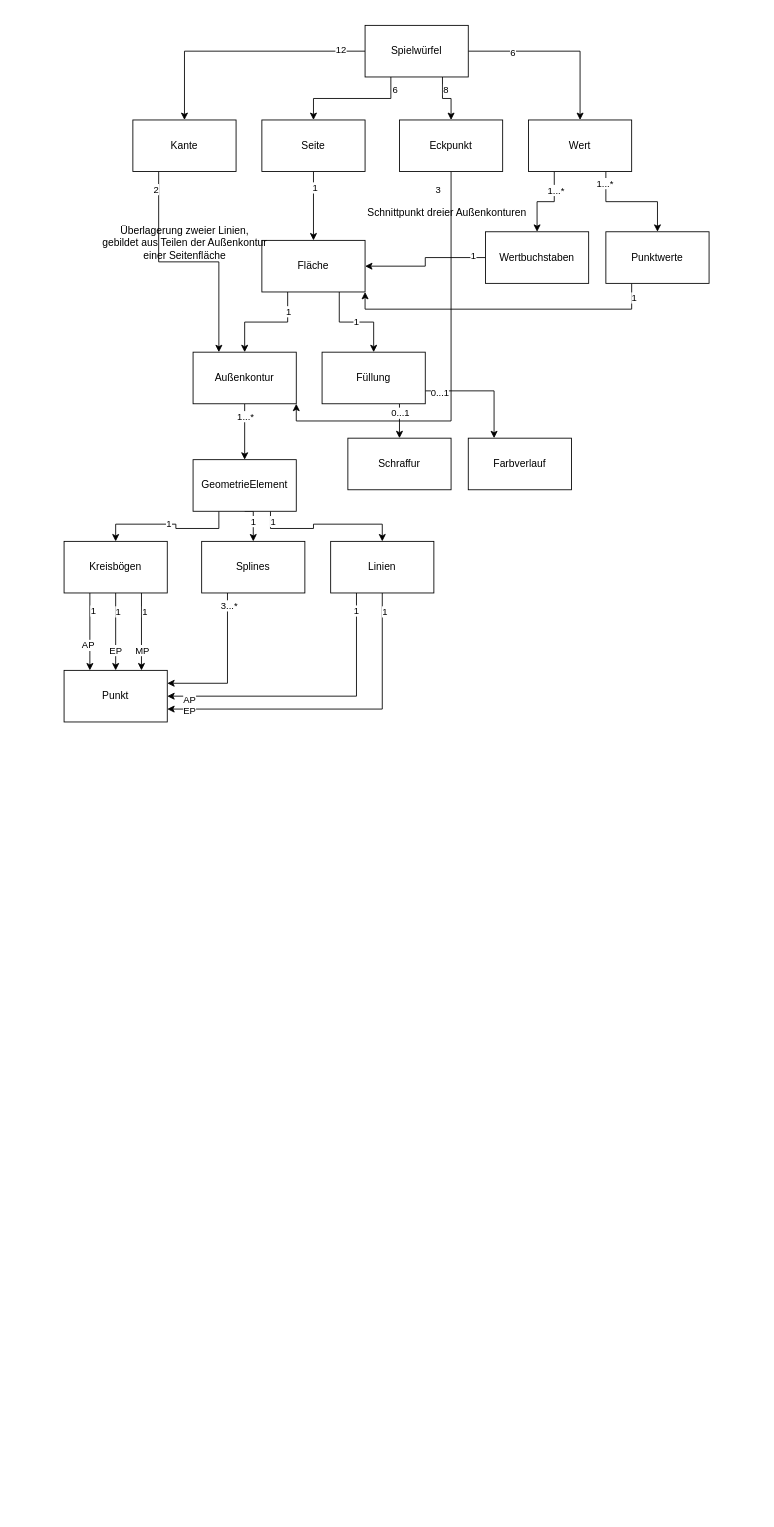
Above: files/Software Engineering/aufgaben/Spielwürfel.drawio in Fabiann2205/DHBW-Semester3 (draw.io), before the change. Source tidied: cells renumbered, new cells numbered last; positions are measured from the earlier drawing's top-left corner, leaving out a move shared by most shapes. Both pictures are drawn from the tidied source at 86%, with x=0, y=0 at pixel (64, 25).
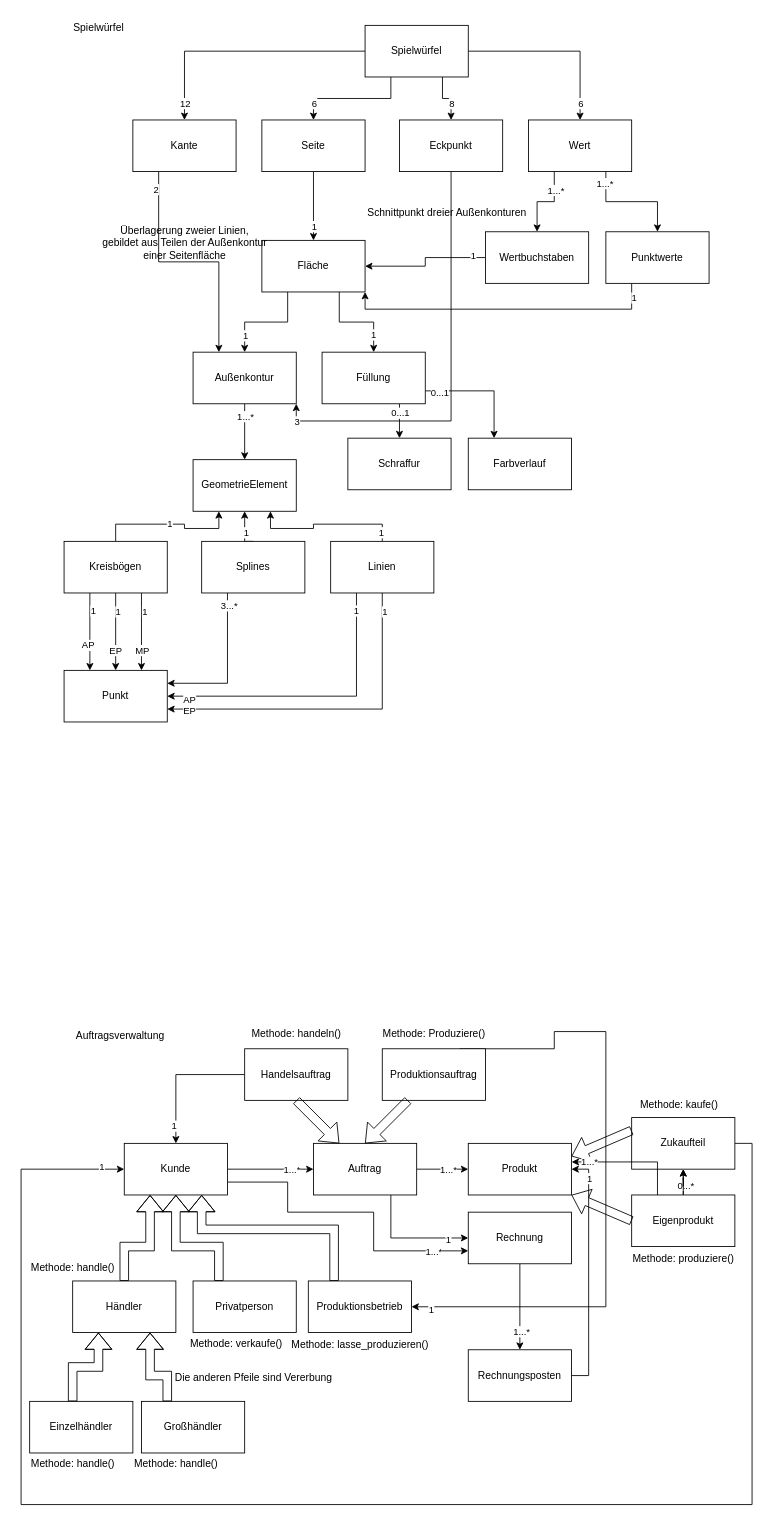
The same diagram, later.

The change refers to these unchanged cells:
```xml
<mxCell id="7" style="edgeStyle=orthogonalEdgeStyle;rounded=0;jettySize=auto;html=1;exitX=0.5;exitY=1;exitDx=0;exitDy=0;entryX=1;entryY=1;entryDx=0;entryDy=0;" parent="1" edge="1" source="9" target="22">
  <mxGeometry relative="1" as="geometry" />
</mxCell>
<mxCell id="10" style="edgeStyle=orthogonalEdgeStyle;rounded=0;jettySize=auto;html=1;exitX=0.5;exitY=1;exitDx=0;exitDy=0;entryX=0.5;entryY=0;entryDx=0;entryDy=0;" parent="1" edge="1" source="12" target="19">
  <mxGeometry relative="1" as="geometry" />
</mxCell>
<mxCell id="16" style="edgeStyle=orthogonalEdgeStyle;rounded=0;jettySize=auto;html=1;exitX=0.25;exitY=1;exitDx=0;exitDy=0;entryX=0.5;entryY=0;entryDx=0;entryDy=0;" parent="1" edge="1" source="19" target="22">
  <mxGeometry relative="1" as="geometry" />
</mxCell>
<mxCell id="19" value="Fläche" style="rounded=0;whiteSpace=wrap;html=1;" parent="1" vertex="1">
  <mxGeometry x="230" y="250" width="120" height="60" as="geometry" />
</mxCell>
<mxCell id="28" value="GeometrieElement" style="rounded=0;whiteSpace=wrap;html=1;" parent="1" vertex="1">
  <mxGeometry x="150" y="505" width="120" height="60" as="geometry" />
</mxCell>
<mxCell id="33" value="Füllung" style="rounded=0;whiteSpace=wrap;html=1;" parent="1" vertex="1">
  <mxGeometry x="300" y="380" width="120" height="60" as="geometry" />
</mxCell>
<mxCell id="34" style="edgeStyle=orthogonalEdgeStyle;rounded=0;jettySize=auto;html=1;exitX=0;exitY=0.5;exitDx=0;exitDy=0;entryX=0.5;entryY=0;entryDx=0;entryDy=0;" parent="1" edge="1" source="42" target="15">
  <mxGeometry relative="1" as="geometry" />
</mxCell>
<mxCell id="36" style="edgeStyle=orthogonalEdgeStyle;rounded=0;jettySize=auto;html=1;exitX=0.25;exitY=1;exitDx=0;exitDy=0;entryX=0.5;entryY=0;entryDx=0;entryDy=0;" parent="1" edge="1" source="42" target="12">
  <mxGeometry relative="1" as="geometry" />
</mxCell>
<mxCell id="38" style="edgeStyle=orthogonalEdgeStyle;rounded=0;jettySize=auto;html=1;exitX=0.75;exitY=1;exitDx=0;exitDy=0;entryX=0.5;entryY=0;entryDx=0;entryDy=0;" parent="1" edge="1" source="42" target="9">
  <mxGeometry relative="1" as="geometry" />
</mxCell>
<mxCell id="40" style="edgeStyle=orthogonalEdgeStyle;rounded=0;jettySize=auto;html=1;exitX=1;exitY=0.5;exitDx=0;exitDy=0;" parent="1" edge="1" source="42" target="6">
  <mxGeometry relative="1" as="geometry" />
</mxCell>
<mxCell id="52" value="Kreisbögen" style="rounded=0;whiteSpace=wrap;html=1;" parent="1" vertex="1">
  <mxGeometry y="600" width="120" height="60" as="geometry" />
</mxCell>
<mxCell id="55" value="Splines" style="rounded=0;whiteSpace=wrap;html=1;" parent="1" vertex="1">
  <mxGeometry x="160" y="600" width="120" height="60" as="geometry" />
</mxCell>
<mxCell id="62" value="Linien" style="rounded=0;whiteSpace=wrap;html=1;" parent="1" vertex="1">
  <mxGeometry x="310" y="600" width="120" height="60" as="geometry" />
</mxCell>
```

The edit, as a diff of the source:
```diff
@@
     <mxCell id="8" value="3" style="edgeLabel;html=1;align=center;verticalAlign=middle;" parent="7" vertex="1">
       <mxGeometry x="-0.94" y="-1" relative="1" as="geometry">
-        <mxPoint x="-15" y="5" as="offset" />
+        <mxPoint x="-179" y="275" as="offset" />
       </mxGeometry>
     </mxCell>
@@
     <mxCell id="11" value="1" style="edgeLabel;html=1;align=center;verticalAlign=middle;" parent="10" vertex="1">
-      <mxGeometry x="-0.56" y="1" relative="1" as="geometry" />
+      <mxGeometry x="-0.56" y="1" relative="1" as="geometry">
+        <mxPoint x="-1" y="45" as="offset" />
+      </mxGeometry>
     </mxCell>
@@
     <mxCell id="17" value="1" style="edgeLabel;html=1;align=center;verticalAlign=middle;" parent="16" vertex="1">
-      <mxGeometry x="-0.63" relative="1" as="geometry" />
+      <mxGeometry x="-0.63" relative="1" as="geometry">
+        <mxPoint x="-50" y="28" as="offset" />
+      </mxGeometry>
     </mxCell>
     <mxCell id="18" value="1" style="edgeStyle=orthogonalEdgeStyle;rounded=0;jettySize=auto;html=1;exitX=0.75;exitY=1;exitDx=0;exitDy=0;" parent="1" edge="1" source="19" target="33">
-      <mxGeometry relative="1" as="geometry" />
+      <mxGeometry x="0.64" relative="1" as="geometry" />
     </mxCell>
@@
-    <mxCell id="23" value="1" style="edgeStyle=orthogonalEdgeStyle;rounded=0;jettySize=auto;html=1;exitX=0.25;exitY=1;exitDx=0;exitDy=0;entryX=0.5;entryY=0;entryDx=0;entryDy=0;" parent="1" edge="1" source="28" target="52">
+    <mxCell id="23" value="1" style="edgeStyle=orthogonalEdgeStyle;rounded=0;jettySize=auto;html=1;exitX=0.5;exitY=0;exitDx=0;exitDy=0;entryX=0.25;entryY=1;entryDx=0;entryDy=0;" parent="1" edge="1" source="52" target="28">
       <mxGeometry relative="1" as="geometry" />
     </mxCell>
-    <mxCell id="24" style="edgeStyle=orthogonalEdgeStyle;rounded=0;jettySize=auto;html=1;exitX=0.5;exitY=1;exitDx=0;exitDy=0;entryX=0.5;entryY=0;entryDx=0;entryDy=0;" parent="1" edge="1" source="28" target="55">
+    <mxCell id="24" style="edgeStyle=orthogonalEdgeStyle;rounded=0;jettySize=auto;html=1;exitX=0.5;exitY=0;exitDx=0;exitDy=0;entryX=0.5;entryY=1;entryDx=0;entryDy=0;" parent="1" edge="1" source="55" target="28">
       <mxGeometry relative="1" as="geometry" />
     </mxCell>
@@
-    <mxCell id="26" style="edgeStyle=orthogonalEdgeStyle;rounded=0;jettySize=auto;html=1;exitX=0.75;exitY=1;exitDx=0;exitDy=0;entryX=0.5;entryY=0;entryDx=0;entryDy=0;" parent="1" edge="1" source="28" target="62">
+    <mxCell id="26" style="edgeStyle=orthogonalEdgeStyle;rounded=0;jettySize=auto;html=1;exitX=0.5;exitY=0;exitDx=0;exitDy=0;entryX=0.75;entryY=1;entryDx=0;entryDy=0;" parent="1" edge="1" source="62" target="28">
       <mxGeometry relative="1" as="geometry" />
     </mxCell>
@@
     <mxCell id="35" value="12" style="edgeLabel;html=1;align=center;verticalAlign=middle;" parent="34" vertex="1">
-      <mxGeometry x="-0.8" y="-2" relative="1" as="geometry" />
+      <mxGeometry x="-0.8" y="-2" relative="1" as="geometry">
+        <mxPoint x="-181" y="62" as="offset" />
+      </mxGeometry>
     </mxCell>
@@
     <mxCell id="37" value="6" style="edgeLabel;html=1;align=center;verticalAlign=middle;" parent="36" vertex="1">
-      <mxGeometry x="-0.8" y="4" relative="1" as="geometry" />
+      <mxGeometry x="-0.8" y="4" relative="1" as="geometry">
+        <mxPoint x="-94" y="16" as="offset" />
+      </mxGeometry>
     </mxCell>
@@
     <mxCell id="39" value="8" style="edgeLabel;html=1;align=center;verticalAlign=middle;" parent="38" vertex="1">
-      <mxGeometry x="-0.53" y="3" relative="1" as="geometry" />
+      <mxGeometry x="-0.53" y="3" relative="1" as="geometry">
+        <mxPoint x="7" y="16" as="offset" />
+      </mxGeometry>
     </mxCell>
@@
     <mxCell id="41" value="6" style="edgeLabel;html=1;align=center;verticalAlign=middle;" parent="40" vertex="1">
-      <mxGeometry x="-0.51" y="-1" relative="1" as="geometry" />
+      <mxGeometry x="-0.51" y="-1" relative="1" as="geometry">
+        <mxPoint x="79" y="59" as="offset" />
+      </mxGeometry>
     </mxCell>
@@
+    <mxCell id="74" value="Spielwürfel" style="text;html=1;align=center;verticalAlign=middle;strokeColor=none;fillColor=none;" parent="1" vertex="1">
+      <mxGeometry y="-12" width="80" height="30" as="geometry" />
+    </mxCell>
+    <mxCell id="75" value="Auftragsverwaltung&lt;br&gt;" style="text;html=1;align=center;verticalAlign=middle;strokeColor=none;fillColor=none;" parent="1" vertex="1">
+      <mxGeometry y="1160" width="130" height="30" as="geometry" />
+    </mxCell>
+    <mxCell id="76" value="Produkt" style="rounded=0;whiteSpace=wrap;html=1;" parent="1" vertex="1">
+      <mxGeometry x="470" y="1300" width="120" height="60" as="geometry" />
+    </mxCell>
+    <mxCell id="77" style="edgeStyle=orthogonalEdgeStyle;rounded=0;jettySize=auto;html=1;exitX=1;exitY=0.5;exitDx=0;exitDy=0;entryX=0;entryY=0.5;entryDx=0;entryDy=0;" parent="1" edge="1" source="81" target="76">
+      <mxGeometry relative="1" as="geometry" />
+    </mxCell>
+    <mxCell id="78" value="1...*" style="edgeLabel;html=1;align=center;verticalAlign=middle;" parent="77" vertex="1">
+      <mxGeometry x="0.55" y="1" relative="1" as="geometry">
+        <mxPoint x="-11" y="1" as="offset" />
+      </mxGeometry>
+    </mxCell>
+    <mxCell id="79" style="edgeStyle=orthogonalEdgeStyle;rounded=0;jettySize=auto;html=1;exitX=0.75;exitY=1;exitDx=0;exitDy=0;entryX=0;entryY=0.5;entryDx=0;entryDy=0;" parent="1" edge="1" source="81" target="84">
+      <mxGeometry relative="1" as="geometry" />
+    </mxCell>
+    <mxCell id="80" value="1" style="edgeLabel;html=1;align=center;verticalAlign=middle;" parent="79" vertex="1">
+      <mxGeometry x="0.66" y="-1" relative="1" as="geometry" />
+    </mxCell>
+    <mxCell id="81" value="Auftrag" style="rounded=0;whiteSpace=wrap;html=1;" parent="1" vertex="1">
+      <mxGeometry x="290" y="1300" width="120" height="60" as="geometry" />
+    </mxCell>
+    <mxCell id="82" style="edgeStyle=orthogonalEdgeStyle;rounded=0;jettySize=auto;html=1;exitX=0.5;exitY=1;exitDx=0;exitDy=0;" parent="1" edge="1" source="84" target="110">
+      <mxGeometry relative="1" as="geometry" />
+    </mxCell>
+    <mxCell id="83" value="1...*" style="edgeLabel;html=1;align=center;verticalAlign=middle;" parent="82" vertex="1">
+      <mxGeometry x="0.56" y="1" relative="1" as="geometry" />
+    </mxCell>
+    <mxCell id="84" value="Rechnung" style="rounded=0;whiteSpace=wrap;html=1;" parent="1" vertex="1">
+      <mxGeometry x="470" y="1380" width="120" height="60" as="geometry" />
+    </mxCell>
+    <mxCell id="85" style="edgeStyle=orthogonalEdgeStyle;rounded=0;jettySize=auto;html=1;exitX=1;exitY=0.5;exitDx=0;exitDy=0;" parent="1" edge="1" source="89" target="81">
+      <mxGeometry relative="1" as="geometry" />
+    </mxCell>
+    <mxCell id="86" value="1...*" style="edgeLabel;html=1;align=center;verticalAlign=middle;" parent="85" vertex="1">
+      <mxGeometry x="0.48" relative="1" as="geometry" />
+    </mxCell>
+    <mxCell id="87" style="edgeStyle=orthogonalEdgeStyle;rounded=0;jettySize=auto;html=1;exitX=1;exitY=0.75;exitDx=0;exitDy=0;entryX=0;entryY=0.75;entryDx=0;entryDy=0;" parent="1" edge="1" source="89" target="84">
+      <mxGeometry relative="1" as="geometry">
+        <Array as="points">
+          <mxPoint x="260" y="1345" />
+          <mxPoint x="260" y="1380" />
+          <mxPoint x="360" y="1380" />
+          <mxPoint x="360" y="1425" />
+        </Array>
+      </mxGeometry>
+    </mxCell>
+    <mxCell id="88" value="1...*" style="edgeLabel;html=1;align=center;verticalAlign=middle;" parent="87" vertex="1">
+      <mxGeometry x="0.77" relative="1" as="geometry" />
+    </mxCell>
+    <mxCell id="89" value="Kunde" style="rounded=0;whiteSpace=wrap;html=1;" parent="1" vertex="1">
+      <mxGeometry x="70" y="1300" width="120" height="60" as="geometry" />
+    </mxCell>
+    <mxCell id="90" value="Privatperson" style="rounded=0;whiteSpace=wrap;html=1;" parent="1" vertex="1">
+      <mxGeometry x="150" y="1460" width="120" height="60" as="geometry" />
+    </mxCell>
+    <mxCell id="91" value="Produktionsbetrieb" style="rounded=0;whiteSpace=wrap;html=1;" parent="1" vertex="1">
+      <mxGeometry x="284" y="1460" width="120" height="60" as="geometry" />
+    </mxCell>
+    <mxCell id="92" value="Händler" style="rounded=0;whiteSpace=wrap;html=1;" parent="1" vertex="1">
+      <mxGeometry x="10" y="1460" width="120" height="60" as="geometry" />
+    </mxCell>
+    <mxCell id="93" style="shape=flexArrow;endArrow=classic;html=1;rounded=0;entryX=0.25;entryY=1;entryDx=0;entryDy=0;exitX=0.5;exitY=0;exitDx=0;exitDy=0;" parent="1" edge="1" source="92" target="89">
+      <mxGeometry relative="1" as="geometry">
+        <Array as="points">
+          <mxPoint x="70" y="1420" />
+          <mxPoint x="100" y="1420" />
+        </Array>
+      </mxGeometry>
+    </mxCell>
+    <mxCell id="94" style="shape=flexArrow;endArrow=classic;html=1;rounded=0;entryX=0.5;entryY=1;entryDx=0;entryDy=0;exitX=0.25;exitY=0;exitDx=0;exitDy=0;" parent="1" edge="1" source="90" target="89">
+      <mxGeometry relative="1" as="geometry">
+        <Array as="points">
+          <mxPoint x="180" y="1420" />
+          <mxPoint x="130" y="1420" />
+        </Array>
+      </mxGeometry>
+    </mxCell>
+    <mxCell id="95" style="shape=flexArrow;endArrow=classic;html=1;rounded=0;entryX=0.75;entryY=1;entryDx=0;entryDy=0;exitX=0.25;exitY=0;exitDx=0;exitDy=0;" parent="1" edge="1" source="91" target="89">
+      <mxGeometry relative="1" as="geometry">
+        <Array as="points">
+          <mxPoint x="314" y="1400" />
+          <mxPoint x="160" y="1400" />
+        </Array>
+      </mxGeometry>
+    </mxCell>
+    <mxCell id="96" value="Großhändler" style="rounded=0;whiteSpace=wrap;html=1;" parent="1" vertex="1">
+      <mxGeometry x="90" y="1600" width="120" height="60" as="geometry" />
+    </mxCell>
+    <mxCell id="97" value="Einzelhändler" style="rounded=0;whiteSpace=wrap;html=1;" parent="1" vertex="1">
+      <mxGeometry x="-40" y="1600" width="120" height="60" as="geometry" />
+    </mxCell>
+    <mxCell id="98" style="shape=flexArrow;endArrow=classic;html=1;rounded=0;entryX=0.25;entryY=1;entryDx=0;entryDy=0;exitX=0.5;exitY=0;exitDx=0;exitDy=0;" parent="1" edge="1" target="92">
+      <mxGeometry relative="1" as="geometry">
+        <mxPoint x="10" y="1600" as="sourcePoint" />
+        <Array as="points">
+          <mxPoint x="10" y="1560" />
+          <mxPoint x="40" y="1560" />
+        </Array>
+      </mxGeometry>
+    </mxCell>
+    <mxCell id="99" style="shape=flexArrow;endArrow=classic;html=1;rounded=0;exitX=0.25;exitY=0;exitDx=0;exitDy=0;entryX=0.75;entryY=1;entryDx=0;entryDy=0;" parent="1" edge="1" source="96" target="92">
+      <mxGeometry relative="1" as="geometry">
+        <Array as="points">
+          <mxPoint x="120" y="1570" />
+          <mxPoint x="100" y="1570" />
+        </Array>
+      </mxGeometry>
+    </mxCell>
+    <mxCell id="100" style="edgeStyle=orthogonalEdgeStyle;rounded=0;jettySize=auto;html=1;exitX=0.75;exitY=0;exitDx=0;exitDy=0;entryX=1;entryY=0.5;entryDx=0;entryDy=0;" parent="1" edge="1" source="102" target="91">
+      <mxGeometry relative="1" as="geometry">
+        <Array as="points">
+          <mxPoint x="570" y="1190" />
+          <mxPoint x="570" y="1170" />
+          <mxPoint x="630" y="1170" />
+          <mxPoint x="630" y="1490" />
+        </Array>
+      </mxGeometry>
+    </mxCell>
+    <mxCell id="101" value="1" style="edgeLabel;html=1;align=center;verticalAlign=middle;" parent="100" vertex="1">
+      <mxGeometry x="0.94" y="3" relative="1" as="geometry" />
+    </mxCell>
+    <mxCell id="102" value="Produktionsauftrag" style="whiteSpace=wrap;html=1;" parent="1" vertex="1">
+      <mxGeometry x="370" y="1190" width="120" height="60" as="geometry" />
+    </mxCell>
+    <mxCell id="103" style="edgeStyle=orthogonalEdgeStyle;rounded=0;jettySize=auto;html=1;exitX=0;exitY=0.5;exitDx=0;exitDy=0;entryX=0.5;entryY=0;entryDx=0;entryDy=0;" parent="1" edge="1" source="105" target="89">
+      <mxGeometry relative="1" as="geometry" />
+    </mxCell>
+    <mxCell id="104" value="1" style="edgeLabel;html=1;align=center;verticalAlign=middle;" parent="103" vertex="1">
+      <mxGeometry x="0.74" y="-3" relative="1" as="geometry" />
+    </mxCell>
+    <mxCell id="105" value="Handelsauftrag" style="whiteSpace=wrap;html=1;" parent="1" vertex="1">
+      <mxGeometry x="210" y="1190" width="120" height="60" as="geometry" />
+    </mxCell>
+    <mxCell id="106" style="shape=flexArrow;endArrow=classic;html=1;rounded=0;exitX=0.5;exitY=1;exitDx=0;exitDy=0;entryX=0.25;entryY=0;entryDx=0;entryDy=0;" parent="1" edge="1" source="105" target="81">
+      <mxGeometry relative="1" as="geometry" />
+    </mxCell>
+    <mxCell id="107" style="shape=flexArrow;endArrow=classic;html=1;rounded=0;exitX=0.25;exitY=1;exitDx=0;exitDy=0;entryX=0.5;entryY=0;entryDx=0;entryDy=0;" parent="1" edge="1" source="102" target="81">
+      <mxGeometry relative="1" as="geometry" />
+    </mxCell>
+    <mxCell id="108" style="edgeStyle=orthogonalEdgeStyle;rounded=0;jettySize=auto;html=1;exitX=1;exitY=0.5;exitDx=0;exitDy=0;entryX=1;entryY=0.5;entryDx=0;entryDy=0;" parent="1" edge="1" source="110" target="76">
+      <mxGeometry relative="1" as="geometry" />
+    </mxCell>
+    <mxCell id="109" value="1" style="edgeLabel;html=1;align=center;verticalAlign=middle;" parent="108" vertex="1">
+      <mxGeometry x="0.66" y="-3" relative="1" as="geometry">
+        <mxPoint x="-3" y="-18" as="offset" />
+      </mxGeometry>
+    </mxCell>
+    <mxCell id="110" value="Rechnungsposten" style="whiteSpace=wrap;html=1;" parent="1" vertex="1">
+      <mxGeometry x="470" y="1540" width="120" height="60" as="geometry" />
+    </mxCell>
+    <mxCell id="111" style="edgeStyle=orthogonalEdgeStyle;rounded=0;jettySize=auto;html=1;exitX=1;exitY=0.5;exitDx=0;exitDy=0;entryX=0;entryY=0.5;entryDx=0;entryDy=0;" parent="1" edge="1" source="113" target="89">
+      <mxGeometry relative="1" as="geometry">
+        <Array as="points">
+          <mxPoint x="800" y="1300" />
+          <mxPoint x="800" y="1720" />
+          <mxPoint x="-50" y="1720" />
+          <mxPoint x="-50" y="1330" />
+        </Array>
+      </mxGeometry>
+    </mxCell>
+    <mxCell id="112" value="1" style="edgeLabel;html=1;align=center;verticalAlign=middle;" parent="111" vertex="1">
+      <mxGeometry x="0.97" y="4" relative="1" as="geometry" />
+    </mxCell>
+    <mxCell id="113" value="Zukaufteil" style="whiteSpace=wrap;html=1;" parent="1" vertex="1">
+      <mxGeometry x="660" y="1270" width="120" height="60" as="geometry" />
+    </mxCell>
+    <mxCell id="114" style="edgeStyle=orthogonalEdgeStyle;rounded=0;jettySize=auto;html=1;exitX=0.5;exitY=0;exitDx=0;exitDy=0;entryX=0.5;entryY=1;entryDx=0;entryDy=0;" parent="1" edge="1" source="117" target="113">
+      <mxGeometry relative="1" as="geometry" />
+    </mxCell>
+    <mxCell id="115" value="0...*" style="edgeLabel;html=1;align=center;verticalAlign=middle;" parent="114" vertex="1">
+      <mxGeometry x="-0.2" y="-2" relative="1" as="geometry" />
+    </mxCell>
+    <mxCell id="116" style="edgeStyle=orthogonalEdgeStyle;rounded=0;jettySize=auto;html=1;" parent="1" edge="1" source="117" target="113">
+      <mxGeometry relative="1" as="geometry" />
+    </mxCell>
+    <mxCell id="117" value="Eigenprodukt" style="whiteSpace=wrap;html=1;" parent="1" vertex="1">
+      <mxGeometry x="660" y="1360" width="120" height="60" as="geometry" />
+    </mxCell>
+    <mxCell id="118" style="shape=flexArrow;endArrow=classic;html=1;rounded=0;entryX=1;entryY=0.25;entryDx=0;entryDy=0;exitX=0;exitY=0.25;exitDx=0;exitDy=0;" parent="1" edge="1" source="113" target="76">
+      <mxGeometry relative="1" as="geometry" />
+    </mxCell>
+    <mxCell id="119" style="shape=flexArrow;endArrow=classic;html=1;rounded=0;entryX=1;entryY=1;entryDx=0;entryDy=0;exitX=0;exitY=0.5;exitDx=0;exitDy=0;" parent="1" edge="1" source="117" target="76">
+      <mxGeometry relative="1" as="geometry" />
+    </mxCell>
+    <mxCell id="120" style="edgeStyle=orthogonalEdgeStyle;rounded=0;jettySize=auto;html=1;exitX=0.25;exitY=0;exitDx=0;exitDy=0;entryX=1.002;entryY=0.36;entryDx=0;entryDy=0;entryPerimeter=0;" parent="1" edge="1" source="117" target="76">
+      <mxGeometry relative="1" as="geometry" />
+    </mxCell>
+    <mxCell id="121" value="1...*" style="edgeLabel;html=1;align=center;verticalAlign=middle;" parent="120" vertex="1">
+      <mxGeometry x="0.48" relative="1" as="geometry">
+        <mxPoint x="-16" as="offset" />
+      </mxGeometry>
+    </mxCell>
+    <mxCell id="122" value="Methode: handeln()" style="text;html=1;align=center;verticalAlign=middle;strokeColor=none;fillColor=none;" parent="1" vertex="1">
+      <mxGeometry x="205" y="1158" width="130" height="30" as="geometry" />
+    </mxCell>
+    <mxCell id="123" value="Methode: Produziere()" style="text;html=1;align=center;verticalAlign=middle;strokeColor=none;fillColor=none;" parent="1" vertex="1">
+      <mxGeometry x="360" y="1158" width="140" height="30" as="geometry" />
+    </mxCell>
+    <mxCell id="124" value="Methode: kaufe()" style="text;html=1;align=center;verticalAlign=middle;strokeColor=none;fillColor=none;" parent="1" vertex="1">
+      <mxGeometry x="660" y="1240" width="110" height="30" as="geometry" />
+    </mxCell>
+    <mxCell id="125" value="Methode: produziere()" style="text;html=1;align=center;verticalAlign=middle;strokeColor=none;fillColor=none;" parent="1" vertex="1">
+      <mxGeometry x="650" y="1420" width="140" height="30" as="geometry" />
+    </mxCell>
+    <mxCell id="126" value="Methode: handle()" style="text;html=1;align=center;verticalAlign=middle;strokeColor=none;fillColor=none;" parent="1" vertex="1">
+      <mxGeometry x="-50" y="1658" width="120" height="30" as="geometry" />
+    </mxCell>
+    <mxCell id="127" value="Methode: handle()" style="text;html=1;align=center;verticalAlign=middle;strokeColor=none;fillColor=none;" parent="1" vertex="1">
+      <mxGeometry x="70" y="1658" width="120" height="30" as="geometry" />
+    </mxCell>
+    <mxCell id="128" value="Methode: lasse_produzieren()" style="text;html=1;align=center;verticalAlign=middle;strokeColor=none;fillColor=none;" parent="1" vertex="1">
+      <mxGeometry x="254" y="1520" width="180" height="30" as="geometry" />
+    </mxCell>
+    <mxCell id="129" value="Methode: verkaufe()" style="text;html=1;align=center;verticalAlign=middle;strokeColor=none;fillColor=none;" parent="1" vertex="1">
+      <mxGeometry x="135" y="1518" width="130" height="30" as="geometry" />
+    </mxCell>
+    <mxCell id="130" value="Methode: handle()" style="text;html=1;align=center;verticalAlign=middle;strokeColor=none;fillColor=none;" parent="1" vertex="1">
+      <mxGeometry x="-50" y="1430" width="120" height="30" as="geometry" />
+    </mxCell>
+    <mxCell id="131" value="Die anderen Pfeile sind Vererbung" style="text;html=1;align=center;verticalAlign=middle;strokeColor=none;fillColor=none;" parent="1" vertex="1">
+      <mxGeometry x="115" y="1558" width="210" height="30" as="geometry" />
+    </mxCell>
```
